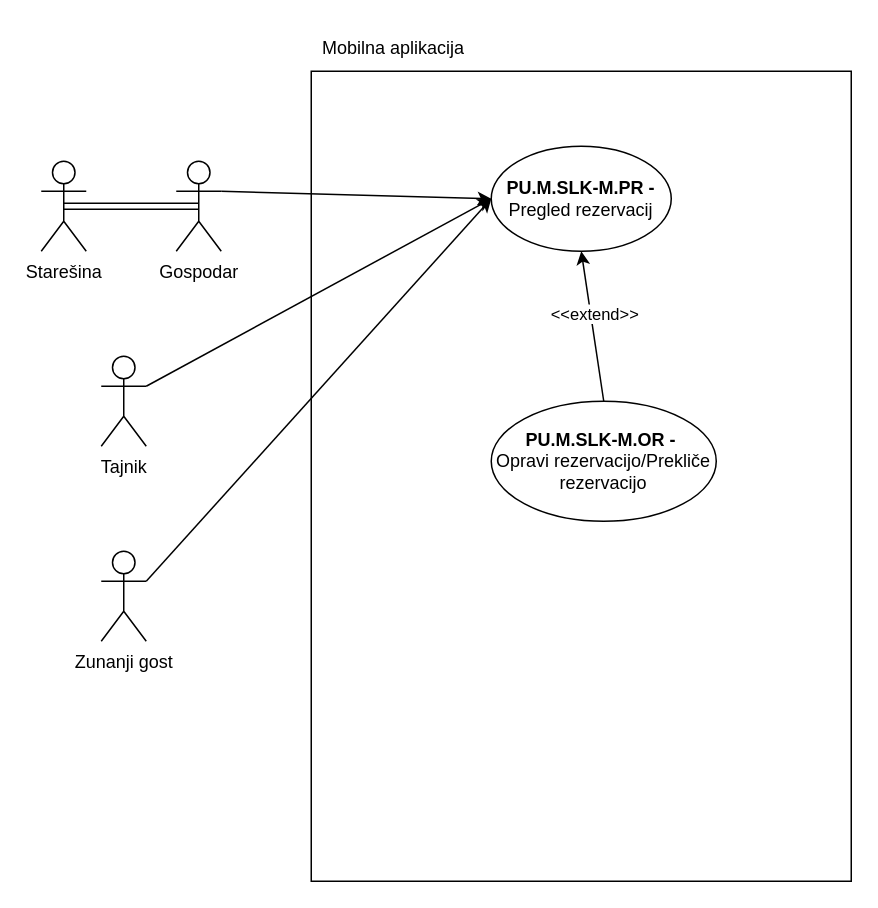
The draw.io diagram Skrbnistvo lovskih koc-Mobilna aplikacija.drawio in ErnestISv/Lovstvo, before the edit. Source tidied: cells renumbered, new cells numbered last; positions are measured from the earlier drawing's top-left corner, leaving out a move shared by most shapes. Both pictures are drawn from the tidied source at 150%, with x=0, y=0 at pixel (40, 26).
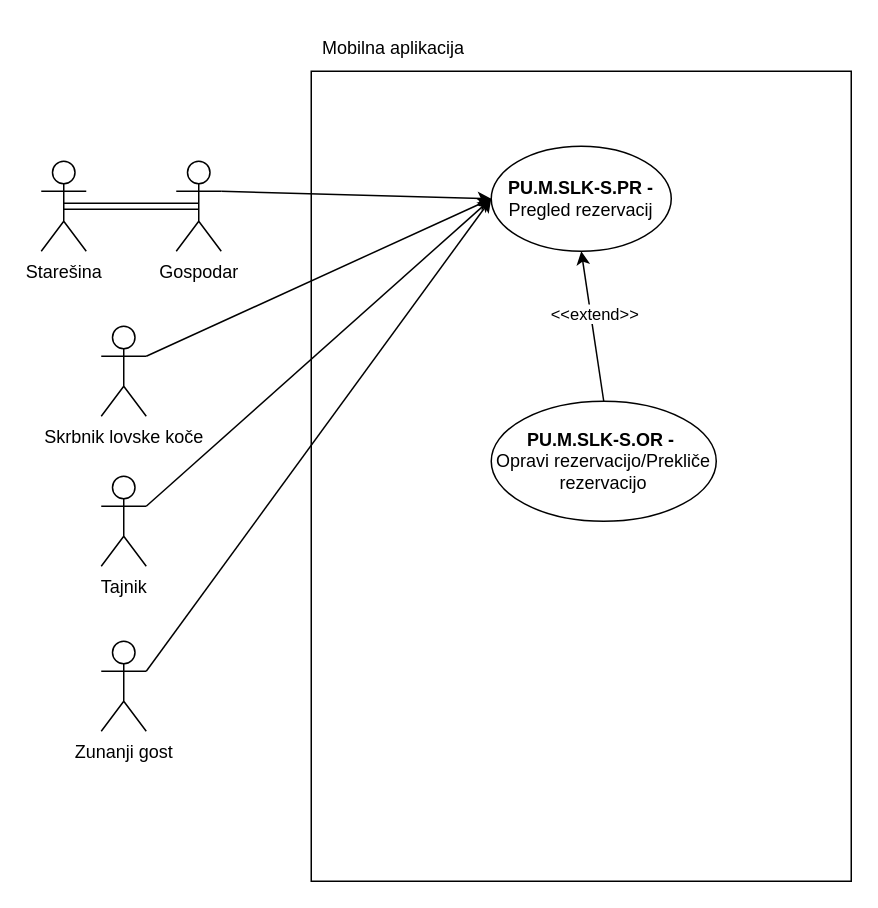
Above is the later version.

What changed in the source:
```diff
@@
 <mxGraphModel>
   <root>
     <mxCell id="0" />
     <mxCell id="1" parent="0" />
     <mxCell id="2" style="rounded=0;whiteSpace=wrap;html=1;" parent="1" vertex="1">
       <mxGeometry x="180" y="30" width="360" height="540" as="geometry" />
     </mxCell>
-    <mxCell id="3" value="&lt;b&gt;PU.M.SLK-M.PR -&lt;/b&gt; Pregled rezervacij" style="ellipse;whiteSpace=wrap;html=1;" parent="1" vertex="1">
+    <mxCell id="3" value="&lt;b&gt;PU.M.SLK-S.PR -&lt;/b&gt; Pregled rezervacij" style="ellipse;whiteSpace=wrap;html=1;" parent="1" vertex="1">
       <mxGeometry x="300" y="80" width="120" height="70" as="geometry" />
     </mxCell>
-    <mxCell id="4" value="&lt;b&gt;PU.M.SLK-M.&lt;/b&gt;&lt;b&gt;OR -&lt;/b&gt;&amp;nbsp;&lt;div&gt;Opravi rezervacijo/Prekliče rezervacijo&lt;/div&gt;" style="ellipse;whiteSpace=wrap;html=1;" parent="1" vertex="1">
+    <mxCell id="4" value="&lt;b&gt;PU.M.SLK-S.&lt;/b&gt;&lt;b&gt;OR -&lt;/b&gt;&amp;nbsp;&lt;div&gt;Opravi rezervacijo/Prekliče rezervacijo&lt;/div&gt;" style="ellipse;whiteSpace=wrap;html=1;" parent="1" vertex="1">
       <mxGeometry x="300" y="250" width="150" height="80" as="geometry" />
     </mxCell>
     <mxCell id="5" value="Mobilna aplikacija" style="text;html=1;align=center;verticalAlign=middle;whiteSpace=wrap;rounded=0;" parent="1" vertex="1">
       <mxGeometry x="180" width="110" height="30" as="geometry" />
     </mxCell>
     <mxCell id="6" style="endArrow=classic;html=1;rounded=0;exitX=0.5;exitY=0;exitDx=0;exitDy=0;entryX=0.5;entryY=1;entryDx=0;entryDy=0;" parent="1" edge="1" source="4" target="3">
       <mxGeometry relative="1" as="geometry" />
     </mxCell>
     <mxCell id="7" value="&amp;lt;&amp;lt;extend&amp;gt;&amp;gt;" style="edgeLabel;html=1;align=center;verticalAlign=middle;" parent="6" vertex="1">
       <mxGeometry x="0.16" y="-2" relative="1" as="geometry" />
     </mxCell>
     <mxCell id="8" value="Gospodar" style="shape=umlActor;verticalLabelPosition=bottom;verticalAlign=top;html=1;outlineConnect=0;" parent="1" vertex="1">
       <mxGeometry x="90" y="90" width="30" height="60" as="geometry" />
     </mxCell>
     <mxCell id="9" value="Zunanji gost" style="shape=umlActor;verticalLabelPosition=bottom;verticalAlign=top;html=1;outlineConnect=0;" parent="1" vertex="1">
-      <mxGeometry x="40" y="350" width="30" height="60" as="geometry" />
+      <mxGeometry x="40" y="410" width="30" height="60" as="geometry" />
     </mxCell>
     <mxCell id="10" style="endArrow=classic;html=1;rounded=0;exitX=1;exitY=0.3333333333333333;exitDx=0;exitDy=0;exitPerimeter=0;entryX=0;entryY=0.5;entryDx=0;entryDy=0;" parent="1" edge="1" source="8" target="3">
       <mxGeometry relative="1" as="geometry" />
     </mxCell>
     <mxCell id="11" style="endArrow=classic;html=1;rounded=0;exitX=1;exitY=0.3333333333333333;exitDx=0;exitDy=0;exitPerimeter=0;entryX=0;entryY=0.5;entryDx=0;entryDy=0;" parent="1" edge="1" source="9" target="3">
       <mxGeometry relative="1" as="geometry" />
     </mxCell>
     <mxCell id="12" value="Starešina" style="shape=umlActor;verticalLabelPosition=bottom;verticalAlign=top;html=1;outlineConnect=0;" parent="1" vertex="1">
       <mxGeometry y="90" width="30" height="60" as="geometry" />
     </mxCell>
     <mxCell id="13" style="endArrow=classic;html=1;rounded=0;exitX=0.5;exitY=0.5;exitDx=0;exitDy=0;exitPerimeter=0;entryX=0.5;entryY=0.5;entryDx=0;entryDy=0;entryPerimeter=0;shape=link;" parent="1" edge="1" source="12" target="8">
       <mxGeometry relative="1" as="geometry" />
     </mxCell>
     <mxCell id="14" value="Tajnik" style="shape=umlActor;verticalLabelPosition=bottom;verticalAlign=top;html=1;outlineConnect=0;" parent="1" vertex="1">
-      <mxGeometry x="40" y="220" width="30" height="60" as="geometry" />
+      <mxGeometry x="40" y="300" width="30" height="60" as="geometry" />
     </mxCell>
-    <mxCell id="15" style="endArrow=classic;html=1;rounded=0;exitX=1;exitY=0.3333333333333333;exitDx=0;exitDy=0;exitPerimeter=0;entryX=0;entryY=0.5;entryDx=0;entryDy=0;" parent="1" edge="1" source="14" target="3">
+    <mxCell id="15" style="endArrow=classic;html=1;rounded=0;exitX=1;exitY=0.3333333333333333;exitDx=0;exitDy=0;exitPerimeter=0;entryX=0;entryY=0.5;entryDx=0;entryDy=0;" parent="1" edge="1" source="16" target="3">
       <mxGeometry relative="1" as="geometry" />
     </mxCell>
+    <mxCell id="16" value="Skrbnik lovske koče" style="shape=umlActor;verticalLabelPosition=bottom;verticalAlign=top;html=1;outlineConnect=0;" parent="1" vertex="1">
+      <mxGeometry x="40" y="200" width="30" height="60" as="geometry" />
+    </mxCell>
+    <mxCell id="17" style="endArrow=classic;html=1;rounded=0;exitX=1;exitY=0.3333333333333333;exitDx=0;exitDy=0;exitPerimeter=0;entryX=0;entryY=0.5;entryDx=0;entryDy=0;" parent="1" edge="1" source="14" target="3">
+      <mxGeometry relative="1" as="geometry" />
+    </mxCell>
   </root>
 </mxGraphModel>
```
